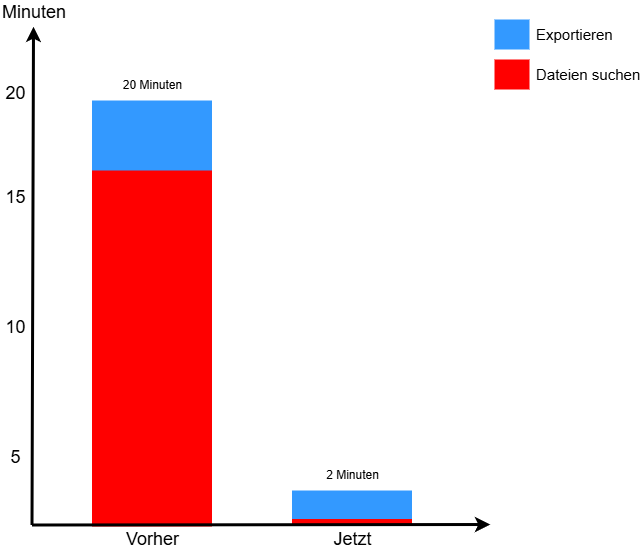
This is Präsentation/Bilder/Balkendiagramm.png from mork02/IHK-Projekt, a draw.io export, as it was before one commit. Source tidied: cells renumbered, new cells last; positions are measured from the earlier drawing's top-left corner, leaving out a move shared by most shapes.
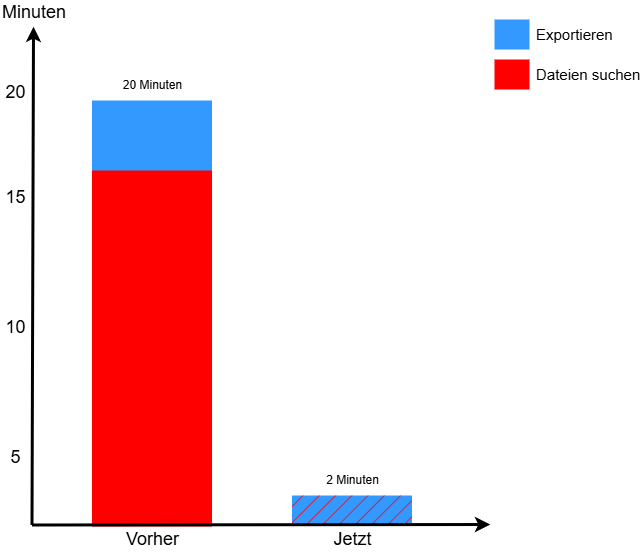
After the commit.

What changed in the source:
```diff
@@ -2,17 +2,17 @@
   <root>
     <mxCell id="0" />
     <mxCell id="1" parent="0" />
+    <mxCell id="22" style="whiteSpace=wrap;fillColor=#3399FF;gradientColor=none;gradientDirection=east;strokeColor=none;html=1;fontColor=#23445d;" parent="1" vertex="1">
+      <mxGeometry x="291.5" y="495" width="120" height="28" as="geometry" />
+    </mxCell>
     <mxCell id="2" style="whiteSpace=wrap;fillColor=#FF0000;gradientColor=none;gradientDirection=east;strokeColor=none;html=1;fontColor=#23445d;" parent="1" vertex="1">
       <mxGeometry x="494" y="59" width="35" height="30" as="geometry" />
     </mxCell>
-    <mxCell id="3" style="whiteSpace=wrap;fillColor=#FF0000;gradientColor=none;gradientDirection=east;strokeColor=none;html=1;fontColor=#23445d;fillStyle=auto;" parent="1" vertex="1">
-      <mxGeometry x="291.5" y="518.5" width="120" height="6" as="geometry" />
-    </mxCell>
     <mxCell id="4" style="whiteSpace=wrap;fillColor=#FF0000;gradientColor=none;gradientDirection=east;strokeColor=none;html=1;fontColor=#23445d;fillStyle=auto;" parent="1" vertex="1">
       <mxGeometry x="91.5" y="168.5" width="120" height="356" as="geometry" />
     </mxCell>
-    <mxCell id="5" style="whiteSpace=wrap;fillColor=#3399FF;gradientColor=none;gradientDirection=east;strokeColor=none;html=1;fontColor=#23445d;" parent="1" vertex="1">
-      <mxGeometry x="291.5" y="490" width="120" height="28.5" as="geometry" />
+    <mxCell id="5" style="whiteSpace=wrap;fillColor=#FF0000;gradientColor=none;gradientDirection=radial;strokeColor=light-dark(default, #ff0000);html=1;fontColor=#23445d;shadow=0;glass=0;fillStyle=hatch;strokeWidth=1;perimeterSpacing=0;" parent="1" vertex="1">
+      <mxGeometry x="291.5" y="495" width="120" height="29.5" as="geometry" />
     </mxCell>
     <mxCell id="6" style="whiteSpace=wrap;fillColor=#3399FF;gradientColor=none;gradientDirection=east;strokeColor=none;html=1;fontColor=#23445d;" parent="1" vertex="1">
       <mxGeometry x="91.5" y="100" width="120" height="81" as="geometry" />
@@ -65,7 +65,7 @@
       <mxGeometry x="111.5" y="70" width="80" height="30" as="geometry" />
     </mxCell>
     <mxCell id="21" value="2 Minuten" style="text;html=1;align=center;verticalAlign=middle;strokeColor=none;fillColor=none;" parent="1" vertex="1">
-      <mxGeometry x="311.5" y="460" width="80" height="30" as="geometry" />
+      <mxGeometry x="311.5" y="465" width="80" height="30" as="geometry" />
     </mxCell>
   </root>
 </mxGraphModel>
```
